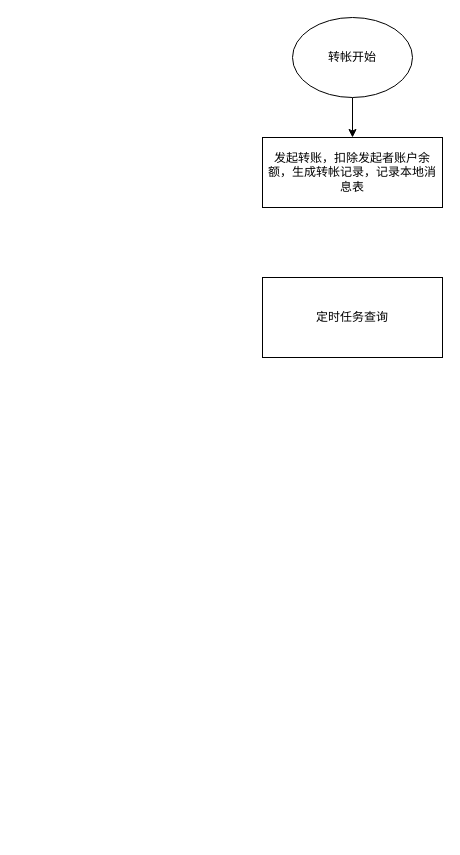
Above: transfer-v2-跨数据库.drawio in liepig1223/drawio (draw.io), before the change. Source tidied: cells renumbered, new cells numbered last; positions are measured from the earlier drawing's top-left corner, leaving out a move shared by most shapes. Both pictures are drawn from the tidied source at 100%, with x=0, y=0 at pixel (262, 17).
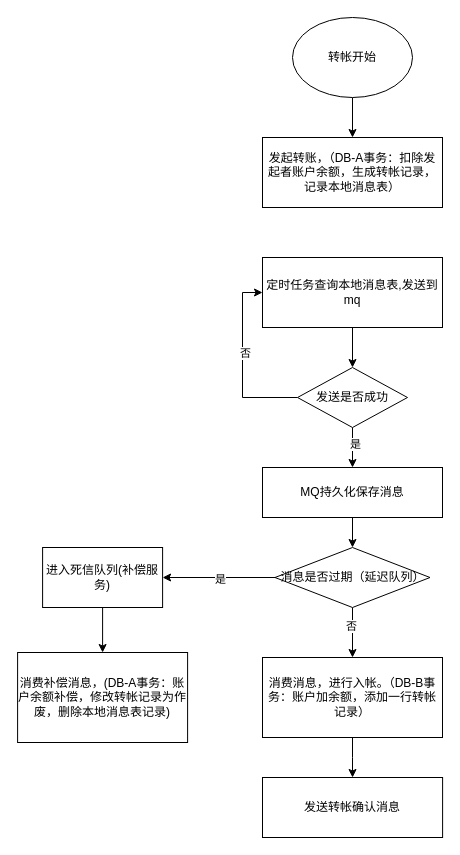
After the change.

Commit message:
更新transfer-v2-跨数据库.drawio

Change to the diagram source:
```diff
@@
-    <mxCell id="4" value="发起转账，扣除发起者账户余额，生成转帐记录，记录本地消息表" style="rounded=0;whiteSpace=wrap;html=1;" parent="1" vertex="1">
+    <mxCell id="4" value="发起转账，（DB-A事务：扣除发起者账户余额，生成转帐记录，记录本地消息表）" style="rounded=0;whiteSpace=wrap;html=1;" parent="1" vertex="1">
       <mxGeometry y="120" width="180" height="70" as="geometry" />
     </mxCell>
+    <mxCell id="6" style="edgeStyle=orthogonalEdgeStyle;rounded=0;jettySize=auto;html=1;" parent="1" edge="1" source="5" target="11">
+      <mxGeometry relative="1" as="geometry" />
+    </mxCell>
-    <mxCell id="5" value="定时任务查询" style="rounded=0;whiteSpace=wrap;html=1;" parent="1" vertex="1">
-      <mxGeometry y="260" width="180" height="80" as="geometry" />
+    <mxCell id="5" value="定时任务查询本地消息表,发送到mq" style="rounded=0;whiteSpace=wrap;html=1;" parent="1" vertex="1">
+      <mxGeometry y="240" width="180" height="70" as="geometry" />
     </mxCell>
+    <mxCell id="7" style="edgeStyle=orthogonalEdgeStyle;rounded=0;jettySize=auto;html=1;exitX=0;exitY=0.5;exitDx=0;exitDy=0;entryX=0;entryY=0.5;entryDx=0;entryDy=0;" parent="1" edge="1" source="11" target="5">
+      <mxGeometry relative="1" as="geometry" />
+    </mxCell>
+    <mxCell id="8" value="否" style="edgeLabel;html=1;align=center;verticalAlign=middle;" parent="7" vertex="1">
+      <mxGeometry x="0.11" y="-2" relative="1" as="geometry" />
+    </mxCell>
+    <mxCell id="9" style="edgeStyle=orthogonalEdgeStyle;rounded=0;jettySize=auto;html=1;exitX=0.5;exitY=1;exitDx=0;exitDy=0;entryX=0.5;entryY=0;entryDx=0;entryDy=0;" parent="1" edge="1" source="11" target="13">
+      <mxGeometry relative="1" as="geometry" />
+    </mxCell>
+    <mxCell id="10" value="是" style="edgeLabel;html=1;align=center;verticalAlign=middle;" parent="9" vertex="1">
+      <mxGeometry x="-0.22" y="2" relative="1" as="geometry" />
+    </mxCell>
+    <mxCell id="11" value="发送是否成功" style="rhombus;whiteSpace=wrap;html=1;" parent="1" vertex="1">
+      <mxGeometry x="35" y="350" width="110" height="60" as="geometry" />
+    </mxCell>
+    <mxCell id="12" style="edgeStyle=orthogonalEdgeStyle;rounded=0;jettySize=auto;html=1;exitX=0.5;exitY=1;exitDx=0;exitDy=0;entryX=0.5;entryY=0;entryDx=0;entryDy=0;" parent="1" edge="1" source="13" target="18">
+      <mxGeometry relative="1" as="geometry" />
+    </mxCell>
+    <mxCell id="13" value="MQ持久化保存消息" style="rounded=0;whiteSpace=wrap;html=1;" parent="1" vertex="1">
+      <mxGeometry y="450" width="180" height="50" as="geometry" />
+    </mxCell>
+    <mxCell id="14" style="edgeStyle=orthogonalEdgeStyle;rounded=0;jettySize=auto;html=1;exitX=0;exitY=0.5;exitDx=0;exitDy=0;" parent="1" edge="1" source="18" target="20">
+      <mxGeometry relative="1" as="geometry" />
+    </mxCell>
+    <mxCell id="15" value="是" style="edgeLabel;html=1;align=center;verticalAlign=middle;" parent="14" vertex="1">
+      <mxGeometry x="-0.02" y="1" relative="1" as="geometry" />
+    </mxCell>
+    <mxCell id="16" style="edgeStyle=orthogonalEdgeStyle;rounded=0;jettySize=auto;html=1;exitX=0.5;exitY=1;exitDx=0;exitDy=0;entryX=0.5;entryY=0;entryDx=0;entryDy=0;" parent="1" edge="1" source="18" target="22">
+      <mxGeometry relative="1" as="geometry" />
+    </mxCell>
+    <mxCell id="17" value="否" style="edgeLabel;html=1;align=center;verticalAlign=middle;" parent="16" vertex="1">
+      <mxGeometry x="-0.28" y="-2" relative="1" as="geometry" />
+    </mxCell>
+    <mxCell id="18" value="消息是否过期（延迟队列）" style="rhombus;whiteSpace=wrap;html=1;" parent="1" vertex="1">
+      <mxGeometry x="12.5" y="530" width="155" height="60" as="geometry" />
+    </mxCell>
+    <mxCell id="19" style="edgeStyle=orthogonalEdgeStyle;rounded=0;jettySize=auto;html=1;entryX=0.5;entryY=0;entryDx=0;entryDy=0;" parent="1" edge="1" source="20" target="24">
+      <mxGeometry relative="1" as="geometry" />
+    </mxCell>
+    <mxCell id="20" value="进入死信队列(补偿服务)" style="rounded=0;whiteSpace=wrap;html=1;" parent="1" vertex="1">
+      <mxGeometry x="-219.9" y="530" width="120" height="60" as="geometry" />
+    </mxCell>
+    <mxCell id="21" style="edgeStyle=orthogonalEdgeStyle;rounded=0;jettySize=auto;html=1;exitX=0.5;exitY=1;exitDx=0;exitDy=0;entryX=0.5;entryY=0;entryDx=0;entryDy=0;" parent="1" edge="1" source="22" target="23">
+      <mxGeometry relative="1" as="geometry" />
+    </mxCell>
+    <mxCell id="22" value="消费消息，进行入帐。（DB-B事务：账户加余额，添加一行转帐记录）" style="rounded=0;whiteSpace=wrap;html=1;" parent="1" vertex="1">
+      <mxGeometry y="640" width="180" height="80" as="geometry" />
+    </mxCell>
+    <mxCell id="23" value="发送转帐确认消息" style="rounded=0;whiteSpace=wrap;html=1;" parent="1" vertex="1">
+      <mxGeometry y="760" width="180.1" height="60" as="geometry" />
+    </mxCell>
+    <mxCell id="24" value="消费补偿消息，(DB-A事务：账户余额补偿，修改转帐记录为作废，删除本地消息表记录)" style="rounded=0;whiteSpace=wrap;html=1;" parent="1" vertex="1">
+      <mxGeometry x="-244.9" y="635" width="170" height="90" as="geometry" />
+    </mxCell>
```
